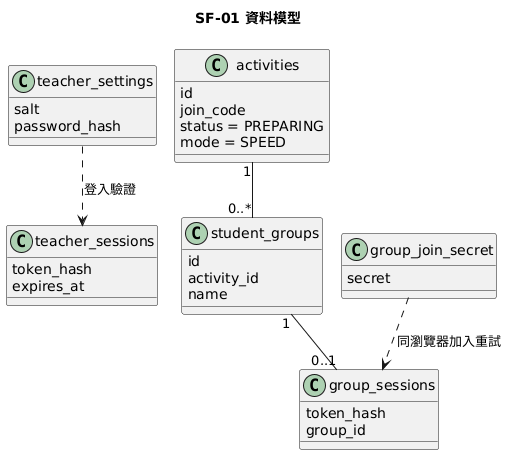
Above: diagrams/001-activity-groups-class.png in tom1030507/classroom-buzzer-system-speckit (PlantUML), before the change.
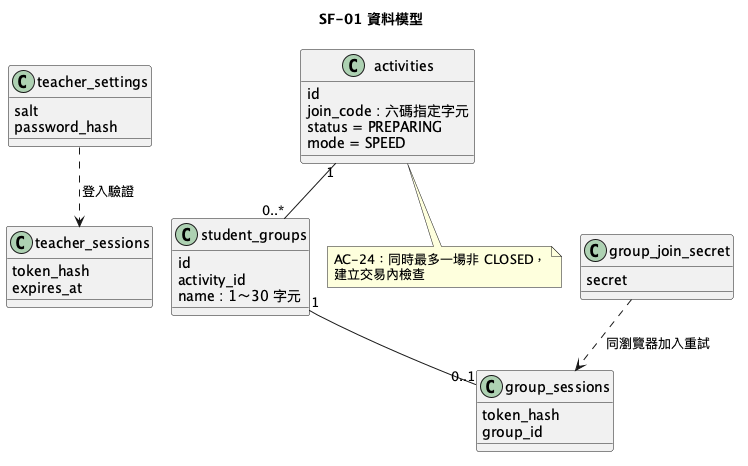
Above is the later version.

What changed in the source:
```diff
@@ -12,14 +12,14 @@
 }
 class "activities" as Activity {
   id
-  join_code
+  join_code : 六碼指定字元
   status = PREPARING
   mode = SPEED
 }
 class "student_groups" as StudentGroup {
   id
   activity_id
-  name
+  name : 1～30 字元
 }
 class "group_sessions" as GroupSession {
   token_hash
@@ -31,5 +31,9 @@
 JoinSecret ..> GroupSession : 同瀏覽器加入重試
 Settings ..> TeacherSession : 登入驗證
 Activity "1" -- "0..*" StudentGroup
+note bottom of Activity
+  AC-24：同時最多一場非 CLOSED，
+  建立交易內檢查
+end note
 StudentGroup "1" -- "0..1" GroupSession
 @enduml
```
